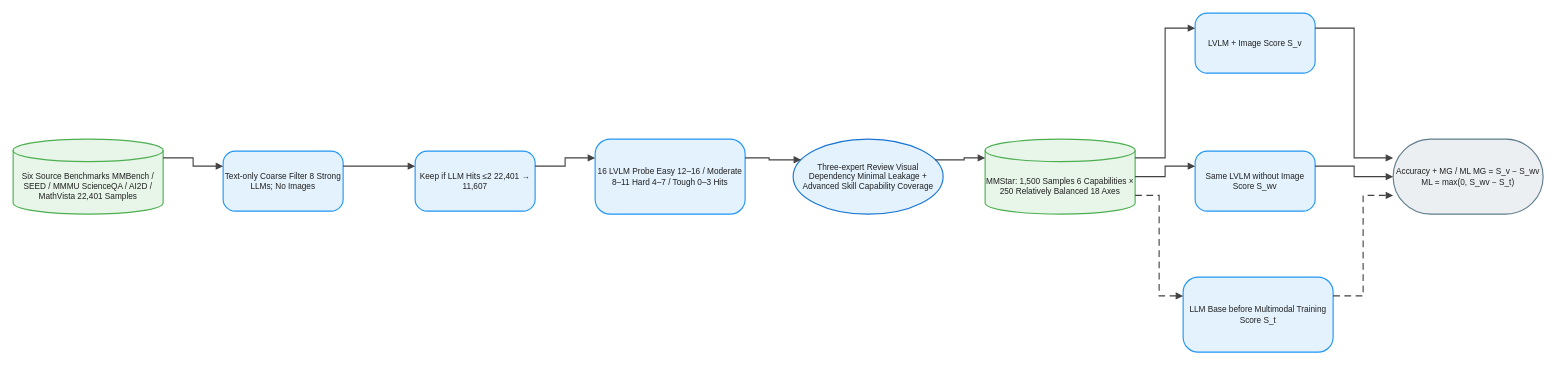
The draw.io diagram client/public/drawio/MMStar/MMStar.en.drawio in joe1chief/benchmark-hub, before the edit. Source tidied: cells renumbered, new cells numbered last; positions are measured from the earlier drawing's top-left corner, leaving out a move shared by most shapes. Both pictures are drawn from the tidied source at 75%, with x=0, y=0 at pixel (13, 13).
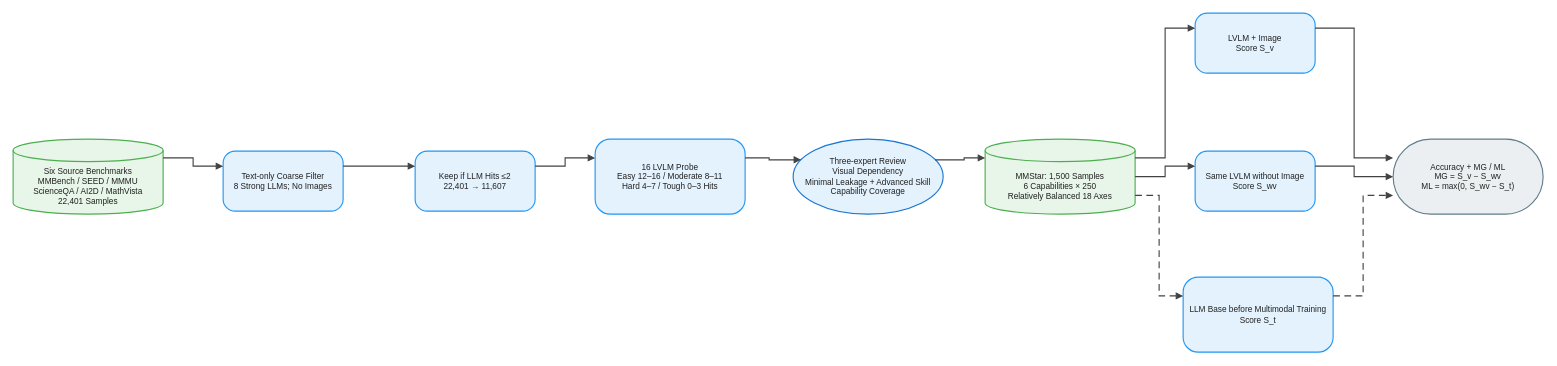
Above is the later version.

Change to the diagram source:
```diff
@@
-    <mxCell id="2" value="Six Source Benchmarks MMBench / SEED / MMMU ScienceQA / AI2D / MathVista 22,401 Samples" style="shape=cylinder3;boundedLbl=1;backgroundOutline=1;size=15;html=1;whiteSpace=wrap;fillColor=#E8F5E9;strokeColor=#4CAF50;strokeWidth=1.5;fontColor=#212121;fontSize=11;fontFamily=Arial, Helvetica, sans-serif;verticalAlign=middle;align=center;" parent="1" vertex="1">
+    <mxCell id="2" value="Six Source Benchmarks&#10;MMBench / SEED / MMMU&#10;ScienceQA / AI2D / MathVista&#10;22,401 Samples" style="shape=cylinder3;boundedLbl=1;backgroundOutline=1;size=15;html=0;convertToSvg=1;whiteSpace=wrap;fillColor=#E8F5E9;strokeColor=#4CAF50;strokeWidth=1.5;fontColor=#212121;fontSize=11;fontFamily=Arial, Helvetica, sans-serif;verticalAlign=middle;align=center;" parent="1" vertex="1">
       <mxGeometry y="168" width="200" height="100" as="geometry" />
     </mxCell>
-    <mxCell id="3" value="Text-only Coarse Filter 8 Strong LLMs; No Images" style="rounded=1;arcSize=20;html=1;whiteSpace=wrap;fillColor=#E3F2FD;strokeColor=#2196F3;strokeWidth=1.5;fontColor=#212121;fontSize=11;fontFamily=Arial, Helvetica, sans-serif;verticalAlign=middle;align=center;" parent="1" vertex="1">
+    <mxCell id="3" value="Text-only Coarse Filter&#10;8 Strong LLMs; No Images" style="rounded=1;arcSize=20;html=0;convertToSvg=1;whiteSpace=wrap;fillColor=#E3F2FD;strokeColor=#2196F3;strokeWidth=1.5;fontColor=#212121;fontSize=11;fontFamily=Arial, Helvetica, sans-serif;verticalAlign=middle;align=center;" parent="1" vertex="1">
       <mxGeometry x="280" y="184" width="160" height="80" as="geometry" />
     </mxCell>
-    <mxCell id="4" value="Keep if LLM Hits ≤2 22,401 → 11,607" style="rounded=1;arcSize=20;html=1;whiteSpace=wrap;fillColor=#E3F2FD;strokeColor=#2196F3;strokeWidth=1.5;fontColor=#212121;fontSize=11;fontFamily=Arial, Helvetica, sans-serif;verticalAlign=middle;align=center;" parent="1" vertex="1">
+    <mxCell id="4" value="Keep if LLM Hits ≤2&#10;22,401 → 11,607" style="rounded=1;arcSize=20;html=0;convertToSvg=1;whiteSpace=wrap;fillColor=#E3F2FD;strokeColor=#2196F3;strokeWidth=1.5;fontColor=#212121;fontSize=11;fontFamily=Arial, Helvetica, sans-serif;verticalAlign=middle;align=center;" parent="1" vertex="1">
       <mxGeometry x="536" y="184" width="160" height="80" as="geometry" />
     </mxCell>
-    <mxCell id="5" value="16 LVLM Probe Easy 12–16 / Moderate 8–11 Hard 4–7 / Tough 0–3 Hits" style="rounded=1;arcSize=20;html=1;whiteSpace=wrap;fillColor=#E3F2FD;strokeColor=#2196F3;strokeWidth=1.5;fontColor=#212121;fontSize=11;fontFamily=Arial, Helvetica, sans-serif;verticalAlign=middle;align=center;" parent="1" vertex="1">
+    <mxCell id="5" value="16 LVLM Probe&#10;Easy 12–16 / Moderate 8–11&#10;Hard 4–7 / Tough 0–3 Hits" style="rounded=1;arcSize=20;html=0;convertToSvg=1;whiteSpace=wrap;fillColor=#E3F2FD;strokeColor=#2196F3;strokeWidth=1.5;fontColor=#212121;fontSize=11;fontFamily=Arial, Helvetica, sans-serif;verticalAlign=middle;align=center;" parent="1" vertex="1">
       <mxGeometry x="776" y="168" width="200" height="100" as="geometry" />
     </mxCell>
-    <mxCell id="6" value="Three-expert Review Visual Dependency Minimal Leakage + Advanced Skill Capability Coverage" style="ellipse;html=1;whiteSpace=wrap;fillColor=#E3F2FD;strokeColor=#1976D2;strokeWidth=1.5;fontColor=#212121;fontSize=11;fontFamily=Arial, Helvetica, sans-serif;verticalAlign=middle;align=center;" parent="1" vertex="1">
+    <mxCell id="6" value="Three-expert Review&#10;Visual Dependency&#10;Minimal Leakage + Advanced Skill&#10;Capability Coverage" style="ellipse;html=0;convertToSvg=1;whiteSpace=wrap;fillColor=#E3F2FD;strokeColor=#1976D2;strokeWidth=1.5;fontColor=#212121;fontSize=11;fontFamily=Arial, Helvetica, sans-serif;verticalAlign=middle;align=center;" parent="1" vertex="1">
       <mxGeometry x="1040" y="168" width="200" height="100" as="geometry" />
     </mxCell>
-    <mxCell id="7" value="MMStar: 1,500 Samples 6 Capabilities × 250 Relatively Balanced 18 Axes" style="shape=cylinder3;boundedLbl=1;backgroundOutline=1;size=15;html=1;whiteSpace=wrap;fillColor=#E8F5E9;strokeColor=#4CAF50;strokeWidth=1.5;fontColor=#212121;fontSize=11;fontFamily=Arial, Helvetica, sans-serif;verticalAlign=middle;align=center;" parent="1" vertex="1">
+    <mxCell id="7" value="MMStar: 1,500 Samples&#10;6 Capabilities × 250&#10;Relatively Balanced 18 Axes" style="shape=cylinder3;boundedLbl=1;backgroundOutline=1;size=15;html=0;convertToSvg=1;whiteSpace=wrap;fillColor=#E8F5E9;strokeColor=#4CAF50;strokeWidth=1.5;fontColor=#212121;fontSize=11;fontFamily=Arial, Helvetica, sans-serif;verticalAlign=middle;align=center;" parent="1" vertex="1">
       <mxGeometry x="1296" y="168" width="200" height="100" as="geometry" />
     </mxCell>
-    <mxCell id="8" value="LVLM + Image Score S_v" style="rounded=1;arcSize=20;html=1;whiteSpace=wrap;fillColor=#E3F2FD;strokeColor=#2196F3;strokeWidth=1.5;fontColor=#212121;fontSize=11;fontFamily=Arial, Helvetica, sans-serif;verticalAlign=middle;align=center;" parent="1" vertex="1">
+    <mxCell id="8" value="LVLM + Image&#10;Score S_v" style="rounded=1;arcSize=20;html=0;convertToSvg=1;whiteSpace=wrap;fillColor=#E3F2FD;strokeColor=#2196F3;strokeWidth=1.5;fontColor=#212121;fontSize=11;fontFamily=Arial, Helvetica, sans-serif;verticalAlign=middle;align=center;" parent="1" vertex="1">
       <mxGeometry x="1576" width="160" height="80" as="geometry" />
     </mxCell>
-    <mxCell id="9" value="Same LVLM without Image Score S_wv" style="rounded=1;arcSize=20;html=1;whiteSpace=wrap;fillColor=#E3F2FD;strokeColor=#2196F3;strokeWidth=1.5;fontColor=#212121;fontSize=11;fontFamily=Arial, Helvetica, sans-serif;verticalAlign=middle;align=center;" parent="1" vertex="1">
+    <mxCell id="9" value="Same LVLM without Image&#10;Score S_wv" style="rounded=1;arcSize=20;html=0;convertToSvg=1;whiteSpace=wrap;fillColor=#E3F2FD;strokeColor=#2196F3;strokeWidth=1.5;fontColor=#212121;fontSize=11;fontFamily=Arial, Helvetica, sans-serif;verticalAlign=middle;align=center;" parent="1" vertex="1">
       <mxGeometry x="1576" y="184" width="160" height="80" as="geometry" />
     </mxCell>
-    <mxCell id="10" value="LLM Base before Multimodal Training Score S_t" style="rounded=1;arcSize=20;html=1;whiteSpace=wrap;fillColor=#E3F2FD;strokeColor=#2196F3;strokeWidth=1.5;fontColor=#212121;fontSize=11;fontFamily=Arial, Helvetica, sans-serif;verticalAlign=middle;align=center;" parent="1" vertex="1">
+    <mxCell id="10" value="LLM Base before Multimodal Training&#10;Score S_t" style="rounded=1;arcSize=20;html=0;convertToSvg=1;whiteSpace=wrap;fillColor=#E3F2FD;strokeColor=#2196F3;strokeWidth=1.5;fontColor=#212121;fontSize=11;fontFamily=Arial, Helvetica, sans-serif;verticalAlign=middle;align=center;" parent="1" vertex="1">
       <mxGeometry x="1560" y="352" width="200" height="100" as="geometry" />
     </mxCell>
-    <mxCell id="11" value="Accuracy + MG / ML MG = S_v − S_wv ML = max(0, S_wv − S_t)" style="rounded=1;arcSize=50;html=1;whiteSpace=wrap;fillColor=#ECEFF1;strokeColor=#607D8B;strokeWidth=1.5;fontColor=#212121;fontSize=11;fontFamily=Arial, Helvetica, sans-serif;verticalAlign=middle;align=center;" parent="1" vertex="1">
+    <mxCell id="11" value="Accuracy + MG / ML&#10;MG = S_v − S_wv&#10;ML = max(0, S_wv − S_t)" style="rounded=1;arcSize=50;html=0;convertToSvg=1;whiteSpace=wrap;fillColor=#ECEFF1;strokeColor=#607D8B;strokeWidth=1.5;fontColor=#212121;fontSize=11;fontFamily=Arial, Helvetica, sans-serif;verticalAlign=middle;align=center;" parent="1" vertex="1">
       <mxGeometry x="1840" y="168" width="200" height="100" as="geometry" />
     </mxCell>
-    <mxCell id="12" style="edgeStyle=orthogonalEdgeStyle;rounded=0;jettySize=auto;html=1;strokeColor=#424242;strokeWidth=1.5;endArrow=block;endFill=1;exitX=1;exitY=0.25;exitDx=0;exitDy=0;entryX=0;entryY=0.25;entryDx=0;entryDy=0;jumpStyle=arc;jumpSize=8;" parent="1" edge="1" source="2" target="3">
+    <mxCell id="12" style="edgeStyle=orthogonalEdgeStyle;rounded=0;jettySize=auto;html=0;convertToSvg=1;strokeColor=#424242;strokeWidth=1.5;endArrow=block;endFill=1;exitX=1;exitY=0.25;exitDx=0;exitDy=0;entryX=0;entryY=0.25;entryDx=0;entryDy=0;jumpStyle=arc;jumpSize=8;" parent="1" edge="1" source="2" target="3">
       <mxGeometry relative="1" as="geometry" />
     </mxCell>
-    <mxCell id="13" style="edgeStyle=orthogonalEdgeStyle;rounded=0;jettySize=auto;html=1;strokeColor=#424242;strokeWidth=1.5;endArrow=block;endFill=1;exitX=1;exitY=0.25;exitDx=0;exitDy=0;entryX=0;entryY=0.25;entryDx=0;entryDy=0;jumpStyle=arc;jumpSize=8;" parent="1" edge="1" source="3" target="4">
+    <mxCell id="13" style="edgeStyle=orthogonalEdgeStyle;rounded=0;jettySize=auto;html=0;convertToSvg=1;strokeColor=#424242;strokeWidth=1.5;endArrow=block;endFill=1;exitX=1;exitY=0.25;exitDx=0;exitDy=0;entryX=0;entryY=0.25;entryDx=0;entryDy=0;jumpStyle=arc;jumpSize=8;" parent="1" edge="1" source="3" target="4">
       <mxGeometry relative="1" as="geometry" />
     </mxCell>
-    <mxCell id="14" style="edgeStyle=orthogonalEdgeStyle;rounded=0;jettySize=auto;html=1;strokeColor=#424242;strokeWidth=1.5;endArrow=block;endFill=1;exitX=1;exitY=0.25;exitDx=0;exitDy=0;entryX=0;entryY=0.25;entryDx=0;entryDy=0;jumpStyle=arc;jumpSize=8;" parent="1" edge="1" source="4" target="5">
+    <mxCell id="14" style="edgeStyle=orthogonalEdgeStyle;rounded=0;jettySize=auto;html=0;convertToSvg=1;strokeColor=#424242;strokeWidth=1.5;endArrow=block;endFill=1;exitX=1;exitY=0.25;exitDx=0;exitDy=0;entryX=0;entryY=0.25;entryDx=0;entryDy=0;jumpStyle=arc;jumpSize=8;" parent="1" edge="1" source="4" target="5">
       <mxGeometry relative="1" as="geometry" />
     </mxCell>
-    <mxCell id="15" style="edgeStyle=orthogonalEdgeStyle;rounded=0;jettySize=auto;html=1;strokeColor=#424242;strokeWidth=1.5;endArrow=block;endFill=1;exitX=1;exitY=0.25;exitDx=0;exitDy=0;entryX=0;entryY=0.25;entryDx=0;entryDy=0;jumpStyle=arc;jumpSize=8;" parent="1" edge="1" source="5" target="6">
+    <mxCell id="15" style="edgeStyle=orthogonalEdgeStyle;rounded=0;jettySize=auto;html=0;convertToSvg=1;strokeColor=#424242;strokeWidth=1.5;endArrow=block;endFill=1;exitX=1;exitY=0.25;exitDx=0;exitDy=0;entryX=0;entryY=0.25;entryDx=0;entryDy=0;jumpStyle=arc;jumpSize=8;" parent="1" edge="1" source="5" target="6">
       <mxGeometry relative="1" as="geometry" />
     </mxCell>
-    <mxCell id="16" style="edgeStyle=orthogonalEdgeStyle;rounded=0;jettySize=auto;html=1;strokeColor=#424242;strokeWidth=1.5;endArrow=block;endFill=1;exitX=1;exitY=0.25;exitDx=0;exitDy=0;entryX=0;entryY=0.25;entryDx=0;entryDy=0;jumpStyle=arc;jumpSize=8;" parent="1" edge="1" source="6" target="7">
+    <mxCell id="16" style="edgeStyle=orthogonalEdgeStyle;rounded=0;jettySize=auto;html=0;convertToSvg=1;strokeColor=#424242;strokeWidth=1.5;endArrow=block;endFill=1;exitX=1;exitY=0.25;exitDx=0;exitDy=0;entryX=0;entryY=0.25;entryDx=0;entryDy=0;jumpStyle=arc;jumpSize=8;" parent="1" edge="1" source="6" target="7">
       <mxGeometry relative="1" as="geometry" />
     </mxCell>
-    <mxCell id="17" style="edgeStyle=orthogonalEdgeStyle;rounded=0;jettySize=auto;html=1;strokeColor=#424242;strokeWidth=1.5;endArrow=block;endFill=1;exitX=1;exitY=0.25;exitDx=0;exitDy=0;entryX=0;entryY=0.25;entryDx=0;entryDy=0;jumpStyle=arc;jumpSize=8;" parent="1" edge="1" source="7" target="8">
+    <mxCell id="17" style="edgeStyle=orthogonalEdgeStyle;rounded=0;jettySize=auto;html=0;convertToSvg=1;strokeColor=#424242;strokeWidth=1.5;endArrow=block;endFill=1;exitX=1;exitY=0.25;exitDx=0;exitDy=0;entryX=0;entryY=0.25;entryDx=0;entryDy=0;jumpStyle=arc;jumpSize=8;" parent="1" edge="1" source="7" target="8">
       <mxGeometry relative="1" as="geometry" />
     </mxCell>
-    <mxCell id="18" style="edgeStyle=orthogonalEdgeStyle;rounded=0;jettySize=auto;html=1;strokeColor=#424242;strokeWidth=1.5;endArrow=block;endFill=1;exitX=1;exitY=0.5;exitDx=0;exitDy=0;entryX=0;entryY=0.25;entryDx=0;entryDy=0;jumpStyle=arc;jumpSize=8;" parent="1" edge="1" source="7" target="9">
+    <mxCell id="18" style="edgeStyle=orthogonalEdgeStyle;rounded=0;jettySize=auto;html=0;convertToSvg=1;strokeColor=#424242;strokeWidth=1.5;endArrow=block;endFill=1;exitX=1;exitY=0.5;exitDx=0;exitDy=0;entryX=0;entryY=0.25;entryDx=0;entryDy=0;jumpStyle=arc;jumpSize=8;" parent="1" edge="1" source="7" target="9">
       <mxGeometry relative="1" as="geometry" />
     </mxCell>
-    <mxCell id="19" style="edgeStyle=orthogonalEdgeStyle;rounded=0;jettySize=auto;html=1;strokeColor=#424242;strokeWidth=1.5;endArrow=block;endFill=1;exitX=1;exitY=0.75;exitDx=0;exitDy=0;entryX=0;entryY=0.25;entryDx=0;entryDy=0;dashed=1;dashPattern=6 4;jumpStyle=arc;jumpSize=8;" parent="1" edge="1" source="7" target="10">
+    <mxCell id="19" style="edgeStyle=orthogonalEdgeStyle;rounded=0;jettySize=auto;html=0;convertToSvg=1;strokeColor=#424242;strokeWidth=1.5;endArrow=block;endFill=1;exitX=1;exitY=0.75;exitDx=0;exitDy=0;entryX=0;entryY=0.25;entryDx=0;entryDy=0;dashed=1;dashPattern=6 4;jumpStyle=arc;jumpSize=8;" parent="1" edge="1" source="7" target="10">
       <mxGeometry relative="1" as="geometry" />
     </mxCell>
-    <mxCell id="20" style="edgeStyle=orthogonalEdgeStyle;rounded=0;jettySize=auto;html=1;strokeColor=#424242;strokeWidth=1.5;endArrow=block;endFill=1;exitX=1;exitY=0.25;exitDx=0;exitDy=0;entryX=0;entryY=0.25;entryDx=0;entryDy=0;jumpStyle=arc;jumpSize=8;" parent="1" edge="1" source="8" target="11">
+    <mxCell id="20" style="edgeStyle=orthogonalEdgeStyle;rounded=0;jettySize=auto;html=0;convertToSvg=1;strokeColor=#424242;strokeWidth=1.5;endArrow=block;endFill=1;exitX=1;exitY=0.25;exitDx=0;exitDy=0;entryX=0;entryY=0.25;entryDx=0;entryDy=0;jumpStyle=arc;jumpSize=8;" parent="1" edge="1" source="8" target="11">
       <mxGeometry relative="1" as="geometry" />
     </mxCell>
-    <mxCell id="21" style="edgeStyle=orthogonalEdgeStyle;rounded=0;jettySize=auto;html=1;strokeColor=#424242;strokeWidth=1.5;endArrow=block;endFill=1;exitX=1;exitY=0.25;exitDx=0;exitDy=0;entryX=0;entryY=0.5;entryDx=0;entryDy=0;jumpStyle=arc;jumpSize=8;" parent="1" edge="1" source="9" target="11">
+    <mxCell id="21" style="edgeStyle=orthogonalEdgeStyle;rounded=0;jettySize=auto;html=0;convertToSvg=1;strokeColor=#424242;strokeWidth=1.5;endArrow=block;endFill=1;exitX=1;exitY=0.25;exitDx=0;exitDy=0;entryX=0;entryY=0.5;entryDx=0;entryDy=0;jumpStyle=arc;jumpSize=8;" parent="1" edge="1" source="9" target="11">
       <mxGeometry relative="1" as="geometry" />
     </mxCell>
-    <mxCell id="22" style="edgeStyle=orthogonalEdgeStyle;rounded=0;jettySize=auto;html=1;strokeColor=#424242;strokeWidth=1.5;endArrow=block;endFill=1;exitX=1;exitY=0.25;exitDx=0;exitDy=0;entryX=0;entryY=0.75;entryDx=0;entryDy=0;dashed=1;dashPattern=6 4;jumpStyle=arc;jumpSize=8;" parent="1" edge="1" source="10" target="11">
+    <mxCell id="22" style="edgeStyle=orthogonalEdgeStyle;rounded=0;jettySize=auto;html=0;convertToSvg=1;strokeColor=#424242;strokeWidth=1.5;endArrow=block;endFill=1;exitX=1;exitY=0.25;exitDx=0;exitDy=0;entryX=0;entryY=0.75;entryDx=0;entryDy=0;dashed=1;dashPattern=6 4;jumpStyle=arc;jumpSize=8;" parent="1" edge="1" source="10" target="11">
       <mxGeometry relative="1" as="geometry" />
     </mxCell>
```
